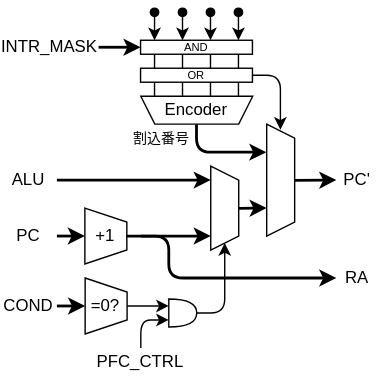
Before: Lab/Computer/RK16/01_Architecture/img/pfc.dio.svg, a diagram exported from draw.io (amane-uehara/kanade-k-1228.github.io). Source tidied: cells renumbered, new cells last; positions are measured from the earlier drawing's top-left corner, leaving out a move shared by most shapes.
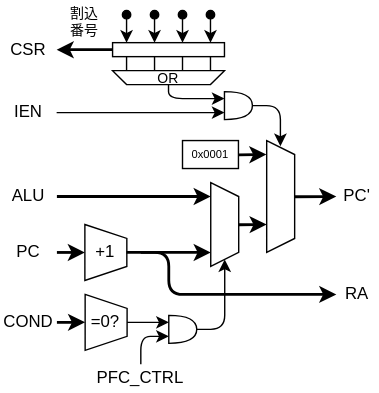
The same diagram one commit later.

Diff of the diagram source:
```diff
@@ -5,25 +5,22 @@
     <mxCell id="2" style="shape=trapezoid;perimeter=trapezoidPerimeter;whiteSpace=wrap;html=1;fixedSize=1;direction=south;size=10;" parent="1" vertex="1">
       <mxGeometry x="190.2" y="80" width="20" height="80" as="geometry" />
     </mxCell>
-    <mxCell id="3" value="AND" style="rounded=0;whiteSpace=wrap;html=1;fontSize=8;" parent="1" vertex="1">
-      <mxGeometry x="100" y="20" width="80" height="10" as="geometry" />
+    <mxCell id="3" style="rounded=0;whiteSpace=wrap;html=1;fontSize=8;" parent="1" vertex="1">
+      <mxGeometry x="80" y="10" width="80" height="10" as="geometry" />
     </mxCell>
     <mxCell id="4" style="endArrow=classic;html=1;" parent="1" edge="1">
       <mxGeometry relative="1" as="geometry">
-        <mxPoint x="180" y="45" as="sourcePoint" />
+        <mxPoint x="180" y="55" as="sourcePoint" />
         <mxPoint x="200" y="84" as="targetPoint" />
         <Array as="points">
-          <mxPoint x="200" y="45" />
+          <mxPoint x="200" y="55" />
         </Array>
       </mxGeometry>
     </mxCell>
     <mxCell id="5" style="endArrow=classic;html=1;strokeWidth=2;" parent="1" edge="1">
       <mxGeometry relative="1" as="geometry">
-        <mxPoint x="140" y="80" as="sourcePoint" />
-        <mxPoint x="190" y="100" as="targetPoint" />
-        <Array as="points">
-          <mxPoint x="140" y="100" />
-        </Array>
+        <mxPoint x="80" y="15" as="sourcePoint" />
+        <mxPoint x="40" y="15" as="targetPoint" />
       </mxGeometry>
     </mxCell>
     <mxCell id="6" style="endArrow=classic;html=1;strokeWidth=2;" parent="1" edge="1">
@@ -53,8 +50,8 @@
         <mxPoint x="150.2" y="120" as="targetPoint" />
       </mxGeometry>
     </mxCell>
-    <mxCell id="12" value="割込番号" style="text;html=1;strokeColor=none;fillColor=none;align=center;verticalAlign=middle;whiteSpace=wrap;rounded=0;fontSize=10;" parent="1" vertex="1">
-      <mxGeometry x="90" y="80" width="50.4" height="20" as="geometry" />
+    <mxCell id="12" value="割込&lt;br&gt;番号" style="text;html=1;strokeColor=none;fillColor=none;align=center;verticalAlign=middle;whiteSpace=wrap;rounded=0;fontSize=10;" parent="1" vertex="1">
+      <mxGeometry x="40" y="-20" width="40" height="30" as="geometry" />
     </mxCell>
     <mxCell id="13" style="endArrow=classic;html=1;fontSize=10;" parent="1" edge="1">
       <mxGeometry relative="1" as="geometry">
@@ -131,90 +128,87 @@
     </mxCell>
     <mxCell id="27" style="endArrow=classic;html=1;fontSize=25;startArrow=oval;startFill=1;" parent="1" edge="1">
       <mxGeometry relative="1" as="geometry">
-        <mxPoint x="130" as="sourcePoint" />
-        <mxPoint x="130" y="20" as="targetPoint" />
+        <mxPoint x="110" y="-10" as="sourcePoint" />
+        <mxPoint x="110" y="10" as="targetPoint" />
       </mxGeometry>
     </mxCell>
     <mxCell id="28" style="endArrow=classic;html=1;fontSize=25;startArrow=oval;startFill=1;" parent="1" edge="1">
       <mxGeometry relative="1" as="geometry">
-        <mxPoint x="110" as="sourcePoint" />
-        <mxPoint x="110" y="20" as="targetPoint" />
+        <mxPoint x="90" y="-10" as="sourcePoint" />
+        <mxPoint x="90" y="10" as="targetPoint" />
       </mxGeometry>
     </mxCell>
-    <mxCell id="29" value="Encoder" style="shape=trapezoid;perimeter=trapezoidPerimeter;whiteSpace=wrap;html=1;fixedSize=1;direction=west;size=10;" parent="1" vertex="1">
-      <mxGeometry x="100.2" y="60" width="80" height="20" as="geometry" />
+    <mxCell id="29" value="OR" style="shape=trapezoid;perimeter=trapezoidPerimeter;whiteSpace=wrap;html=1;fixedSize=1;direction=west;size=10;fontSize=10;" parent="1" vertex="1">
+      <mxGeometry x="80" y="30" width="80" height="10" as="geometry" />
     </mxCell>
     <mxCell id="30" style="endArrow=classic;html=1;fontSize=25;startArrow=oval;startFill=1;" parent="1" edge="1">
       <mxGeometry relative="1" as="geometry">
-        <mxPoint x="150" as="sourcePoint" />
-        <mxPoint x="150" y="20" as="targetPoint" />
+        <mxPoint x="130" y="-10" as="sourcePoint" />
+        <mxPoint x="130" y="10" as="targetPoint" />
       </mxGeometry>
     </mxCell>
     <mxCell id="31" style="endArrow=classic;html=1;fontSize=25;startArrow=oval;startFill=1;" parent="1" edge="1">
       <mxGeometry relative="1" as="geometry">
-        <mxPoint x="170" as="sourcePoint" />
-        <mxPoint x="170" y="20" as="targetPoint" />
+        <mxPoint x="150" y="-10" as="sourcePoint" />
+        <mxPoint x="150" y="10" as="targetPoint" />
       </mxGeometry>
     </mxCell>
-    <mxCell id="32" value="OR" style="rounded=0;whiteSpace=wrap;html=1;fontSize=8;" parent="1" vertex="1">
-      <mxGeometry x="100" y="40" width="80" height="10" as="geometry" />
-    </mxCell>
-    <mxCell id="33" value="INTR_MASK" style="text;html=1;strokeColor=none;fillColor=none;align=center;verticalAlign=middle;whiteSpace=wrap;rounded=0;" parent="1" vertex="1">
-      <mxGeometry y="20" width="70.2" height="10" as="geometry" />
+    <mxCell id="33" value="IEN" style="text;html=1;strokeColor=none;fillColor=none;align=center;verticalAlign=middle;whiteSpace=wrap;rounded=0;" parent="1" vertex="1">
+      <mxGeometry y="50" width="40" height="20" as="geometry" />
     </mxCell>
-    <mxCell id="34" style="endArrow=classic;html=1;strokeWidth=2;" parent="1" edge="1">
-      <mxGeometry relative="1" as="geometry">
-        <mxPoint x="70" y="25" as="sourcePoint" />
-        <mxPoint x="100" y="25" as="targetPoint" />
-      </mxGeometry>
-    </mxCell>
     <mxCell id="35" style="endArrow=none;html=1;fontSize=8;" parent="1" edge="1">
       <mxGeometry relative="1" as="geometry">
-        <mxPoint x="150" y="40" as="sourcePoint" />
-        <mxPoint x="150" y="30" as="targetPoint" />
+        <mxPoint x="130" y="30" as="sourcePoint" />
+        <mxPoint x="130" y="20" as="targetPoint" />
       </mxGeometry>
     </mxCell>
     <mxCell id="36" style="endArrow=none;html=1;fontSize=8;" parent="1" edge="1">
       <mxGeometry relative="1" as="geometry">
-        <mxPoint x="170" y="40" as="sourcePoint" />
-        <mxPoint x="170" y="30" as="targetPoint" />
+        <mxPoint x="150" y="30" as="sourcePoint" />
+        <mxPoint x="150" y="20" as="targetPoint" />
       </mxGeometry>
     </mxCell>
     <mxCell id="37" style="endArrow=none;html=1;fontSize=8;" parent="1" edge="1">
       <mxGeometry relative="1" as="geometry">
-        <mxPoint x="110" y="40" as="sourcePoint" />
-        <mxPoint x="110" y="30" as="targetPoint" />
+        <mxPoint x="90" y="30" as="sourcePoint" />
+        <mxPoint x="90" y="20" as="targetPoint" />
       </mxGeometry>
     </mxCell>
     <mxCell id="38" style="endArrow=none;html=1;fontSize=8;" parent="1" edge="1">
       <mxGeometry relative="1" as="geometry">
-        <mxPoint x="130" y="40" as="sourcePoint" />
-        <mxPoint x="130" y="30" as="targetPoint" />
+        <mxPoint x="110" y="30" as="sourcePoint" />
+        <mxPoint x="110" y="20" as="targetPoint" />
       </mxGeometry>
     </mxCell>
-    <mxCell id="39" style="endArrow=none;html=1;fontSize=8;" parent="1" edge="1">
-      <mxGeometry relative="1" as="geometry">
-        <mxPoint x="150" y="60" as="sourcePoint" />
-        <mxPoint x="150" y="50" as="targetPoint" />
-      </mxGeometry>
-    </mxCell>
-    <mxCell id="40" style="endArrow=none;html=1;fontSize=8;" parent="1" edge="1">
-      <mxGeometry relative="1" as="geometry">
-        <mxPoint x="170" y="60" as="sourcePoint" />
-        <mxPoint x="170" y="50" as="targetPoint" />
-      </mxGeometry>
-    </mxCell>
-    <mxCell id="41" style="endArrow=none;html=1;fontSize=8;" parent="1" edge="1">
-      <mxGeometry relative="1" as="geometry">
-        <mxPoint x="110" y="60" as="sourcePoint" />
-        <mxPoint x="110" y="50" as="targetPoint" />
-      </mxGeometry>
-    </mxCell>
-    <mxCell id="42" style="endArrow=none;html=1;fontSize=8;" parent="1" edge="1">
-      <mxGeometry relative="1" as="geometry">
-        <mxPoint x="130" y="60" as="sourcePoint" />
-        <mxPoint x="130" y="50" as="targetPoint" />
-      </mxGeometry>
-    </mxCell>
+    <mxCell id="43" value="0x0001" style="rounded=0;whiteSpace=wrap;html=1;fontSize=8;" parent="1" vertex="1">
+      <mxGeometry x="130" y="80" width="40" height="20" as="geometry" />
+    </mxCell>
+    <mxCell id="44" style="endArrow=classic;html=1;strokeWidth=2;" parent="1" edge="1">
+      <mxGeometry relative="1" as="geometry">
+        <mxPoint x="170" y="90.2" as="sourcePoint" />
+        <mxPoint x="190" y="90" as="targetPoint" />
+      </mxGeometry>
+    </mxCell>
+    <mxCell id="45" style="shape=or;whiteSpace=wrap;html=1;fontSize=5;direction=east;" parent="1" vertex="1">
+      <mxGeometry x="160" y="45" width="20" height="20" as="geometry" />
+    </mxCell>
+    <mxCell id="46" style="endArrow=classic;html=1;fontSize=10;" parent="1" edge="1">
+      <mxGeometry relative="1" as="geometry">
+        <mxPoint x="40" y="60" as="sourcePoint" />
+        <mxPoint x="160" y="60" as="targetPoint" />
+      </mxGeometry>
+    </mxCell>
+    <mxCell id="47" value="CSR" style="text;html=1;strokeColor=none;fillColor=none;align=center;verticalAlign=middle;whiteSpace=wrap;rounded=0;" parent="1" vertex="1">
+      <mxGeometry width="40" height="30" as="geometry" />
+    </mxCell>
+    <mxCell id="48" style="endArrow=classic;html=1;fontSize=10;" parent="1" edge="1">
+      <mxGeometry relative="1" as="geometry">
+        <mxPoint x="120" y="40" as="sourcePoint" />
+        <mxPoint x="160" y="50" as="targetPoint" />
+        <Array as="points">
+          <mxPoint x="120" y="50" />
+        </Array>
+      </mxGeometry>
+    </mxCell>
   </root>
 </mxGraphModel>
```
